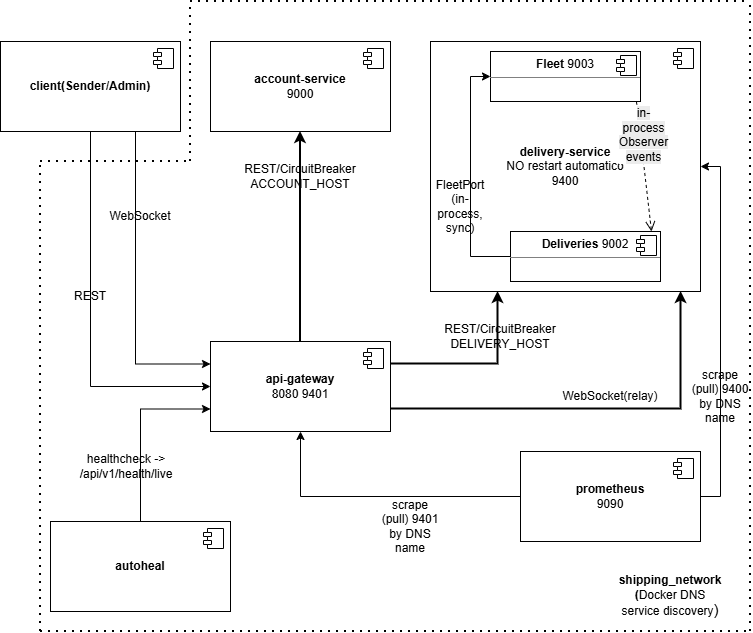
This is doc/core_implementations.drawio.png from MarcoMoro10/SAP-Assignment2, a draw.io export, as it was before one commit. Source tidied: cells renumbered, new cells last; positions are measured from the earlier drawing's top-left corner, leaving out a move shared by most shapes.
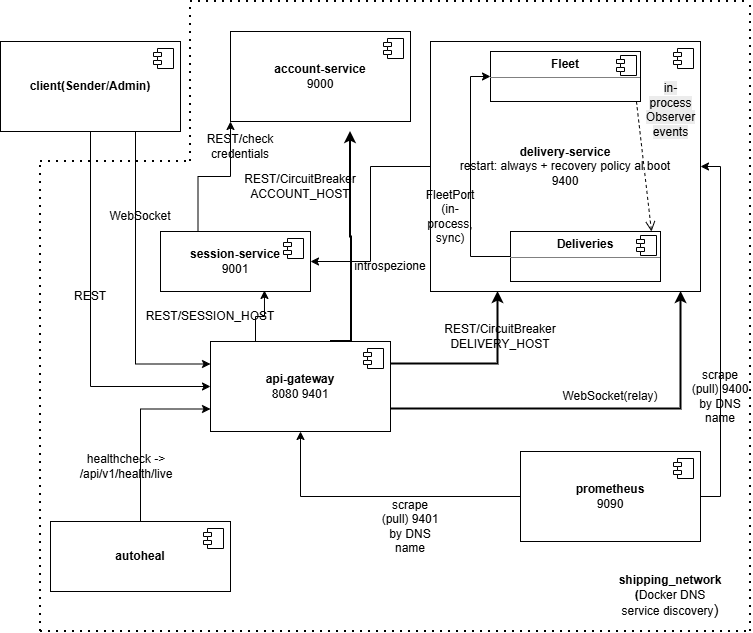
Later version of the same file.

Change to the diagram source:
```diff
@@ -16,8 +16,11 @@
         <mxPoint x="-27" y="7" as="offset" />
       </mxGeometry>
     </mxCell>
-    <mxCell id="6" style="edgeStyle=orthogonalEdgeStyle;rounded=0;jettySize=auto;html=1;entryX=0.5;entryY=1;entryDx=0;entryDy=0;strokeWidth=2;" parent="1" edge="1" source="8" target="10">
-      <mxGeometry relative="1" as="geometry" />
+    <mxCell id="6" style="edgeStyle=orthogonalEdgeStyle;rounded=0;orthogonalLoop=1;jettySize=auto;html=1;entryX=0.5;entryY=1;entryDx=0;entryDy=0;strokeWidth=2;" parent="1" edge="1">
+      <mxGeometry relative="1" as="geometry">
+        <mxPoint x="330" y="340" as="sourcePoint" />
+        <mxPoint x="350" y="130" as="targetPoint" />
+      </mxGeometry>
     </mxCell>
     <mxCell id="7" style="edgeStyle=orthogonalEdgeStyle;rounded=0;jettySize=auto;html=1;exitX=1;exitY=0.25;exitDx=0;exitDy=0;entryX=0.25;entryY=1;entryDx=0;entryDy=0;strokeWidth=2;" parent="1" edge="1" source="8" target="12">
       <mxGeometry relative="1" as="geometry" />
@@ -31,14 +34,17 @@
       </mxGeometry>
     </mxCell>
     <mxCell id="10" value="&lt;b&gt;account-service&lt;/b&gt;&lt;div&gt;9000&lt;/div&gt;" style="html=1;whiteSpace=wrap;" parent="1" vertex="1">
-      <mxGeometry x="210" y="40" width="180" height="90" as="geometry" />
+      <mxGeometry x="230" y="30" width="180" height="90" as="geometry" />
     </mxCell>
     <mxCell id="11" style="shape=module;jettyWidth=8;jettyHeight=4;" parent="10" vertex="1">
       <mxGeometry x="1" width="20" height="20" relative="1" as="geometry">
         <mxPoint x="-27" y="7" as="offset" />
       </mxGeometry>
     </mxCell>
+    <mxCell id="44" style="edgeStyle=orthogonalEdgeStyle;rounded=0;jettySize=auto;html=1;entryX=1;entryY=0.5;entryDx=0;entryDy=0;" parent="1" edge="1" source="12" target="46">
+      <mxGeometry relative="1" as="geometry" />
+    </mxCell>
-    <mxCell id="12" value="&lt;b&gt;delivery-service&lt;/b&gt;&lt;div&gt;NO restart automatico&lt;b&gt;&lt;/b&gt;&lt;/div&gt;&lt;div&gt;9400&lt;/div&gt;" style="html=1;whiteSpace=wrap;" parent="1" vertex="1">
+    <mxCell id="12" value="&lt;b&gt;delivery-service&lt;/b&gt;&lt;div&gt;restart: always + recovery policy al boot&lt;b&gt;&lt;br&gt;&lt;/b&gt;&lt;div&gt;&lt;span style=&quot;background-color: transparent; color: light-dark(rgb(0, 0, 0), rgb(255, 255, 255));&quot;&gt;9400&lt;/span&gt;&lt;/div&gt;&lt;/div&gt;" style="html=1;whiteSpace=wrap;" parent="1" vertex="1">
       <mxGeometry x="430" y="40" width="270" height="250" as="geometry" />
     </mxCell>
     <mxCell id="13" style="shape=module;jettyWidth=8;jettyHeight=4;" parent="12" vertex="1">
@@ -64,7 +70,7 @@
       <mxGeometry relative="1" as="geometry" />
     </mxCell>
     <mxCell id="19" value="&lt;b&gt;autoheal&lt;/b&gt;" style="html=1;whiteSpace=wrap;" parent="1" vertex="1">
-      <mxGeometry x="50" y="520" width="180" height="90" as="geometry" />
+      <mxGeometry x="50" y="520" width="180" height="70" as="geometry" />
     </mxCell>
     <mxCell id="20" style="shape=module;jettyWidth=8;jettyHeight=4;" parent="19" vertex="1">
       <mxGeometry x="1" width="20" height="20" relative="1" as="geometry">
@@ -78,7 +84,7 @@
       <mxGeometry x="110" y="200" width="60" height="30" as="geometry" />
     </mxCell>
     <mxCell id="23" value="REST/CircuitBreaker&lt;div&gt;ACCOUNT_HOST&lt;/div&gt;" style="text;html=1;whiteSpace=wrap;strokeColor=none;fillColor=none;align=center;verticalAlign=middle;rounded=0;" parent="1" vertex="1">
-      <mxGeometry x="270" y="160" width="60" height="30" as="geometry" />
+      <mxGeometry x="270" y="170" width="60" height="30" as="geometry" />
     </mxCell>
     <mxCell id="24" value="REST/CircuitBreaker&lt;div&gt;DELIVERY_HOST&lt;/div&gt;" style="text;html=1;whiteSpace=wrap;strokeColor=none;fillColor=none;align=center;verticalAlign=middle;rounded=0;" parent="1" vertex="1">
       <mxGeometry x="470" y="320" width="60" height="30" as="geometry" />
@@ -89,7 +95,7 @@
     <mxCell id="26" value="WebSocket(relay)" style="text;html=1;whiteSpace=wrap;strokeColor=none;fillColor=none;align=center;verticalAlign=middle;rounded=0;" parent="1" vertex="1">
       <mxGeometry x="580" y="380" width="60" height="30" as="geometry" />
     </mxCell>
-    <mxCell id="27" value="&lt;p style=&quot;margin:0px;margin-top:6px;text-align:center;&quot;&gt;&lt;b&gt;Fleet &lt;/b&gt;9003&lt;/p&gt;&lt;hr size=&quot;1&quot; style=&quot;border-style:solid;&quot;&gt;&lt;p style=&quot;margin:0px;margin-left:8px;&quot;&gt;&lt;br&gt;&lt;/p&gt;" style="align=left;overflow=fill;html=1;whiteSpace=wrap;" parent="1" vertex="1">
+    <mxCell id="27" value="&lt;p style=&quot;margin:0px;margin-top:6px;text-align:center;&quot;&gt;&lt;b&gt;Fleet&lt;/b&gt;&lt;/p&gt;&lt;hr size=&quot;1&quot; style=&quot;border-style:solid;&quot;&gt;&lt;p style=&quot;margin:0px;margin-left:8px;&quot;&gt;&lt;br&gt;&lt;/p&gt;" style="align=left;overflow=fill;html=1;whiteSpace=wrap;" parent="1" vertex="1">
       <mxGeometry x="490" y="50" width="150" height="50" as="geometry" />
     </mxCell>
     <mxCell id="28" style="shape=component;jettyWidth=8;jettyHeight=4;" parent="27" vertex="1">
@@ -100,7 +106,7 @@
     <mxCell id="29" style="edgeStyle=orthogonalEdgeStyle;rounded=0;jettySize=auto;html=1;exitX=0;exitY=0.5;exitDx=0;exitDy=0;entryX=0;entryY=0.5;entryDx=0;entryDy=0;" parent="1" edge="1" source="30" target="27">
       <mxGeometry relative="1" as="geometry" />
     </mxCell>
-    <mxCell id="30" value="&lt;p style=&quot;margin:0px;margin-top:6px;text-align:center;&quot;&gt;&lt;b&gt;Deliveries&lt;/b&gt;&amp;nbsp;9002&lt;/p&gt;&lt;hr size=&quot;1&quot; style=&quot;border-style:solid;&quot;&gt;&lt;p style=&quot;margin:0px;margin-left:8px;&quot;&gt;&lt;br&gt;&lt;/p&gt;" style="align=left;overflow=fill;html=1;whiteSpace=wrap;" parent="1" vertex="1">
+    <mxCell id="30" value="&lt;p style=&quot;margin:0px;margin-top:6px;text-align:center;&quot;&gt;&lt;b&gt;Deliveries&lt;/b&gt;&lt;/p&gt;&lt;hr size=&quot;1&quot; style=&quot;border-style:solid;&quot;&gt;&lt;p style=&quot;margin:0px;margin-left:8px;&quot;&gt;&lt;br&gt;&lt;/p&gt;" style="align=left;overflow=fill;html=1;whiteSpace=wrap;" parent="1" vertex="1">
       <mxGeometry x="510" y="230" width="150" height="50" as="geometry" />
     </mxCell>
     <mxCell id="31" style="shape=component;jettyWidth=8;jettyHeight=4;" parent="30" vertex="1">
@@ -112,10 +118,10 @@
       <mxGeometry x="96" y="450" width="60" height="30" as="geometry" />
     </mxCell>
     <mxCell id="33" value="FleetPort (in-process, sync)" style="text;html=1;whiteSpace=wrap;strokeColor=none;fillColor=none;align=center;verticalAlign=middle;rounded=0;" parent="1" vertex="1">
-      <mxGeometry x="430" y="190" width="60" height="30" as="geometry" />
+      <mxGeometry x="420" y="200" width="60" height="30" as="geometry" />
     </mxCell>
     <mxCell id="34" value="&lt;span style=&quot;font-size: 12px; white-space: normal; background-color: rgb(236, 236, 236);&quot;&gt;in-process Observer events&lt;/span&gt;" style="html=1;verticalAlign=bottom;endArrow=open;dashed=1;endSize=8;curved=0;rounded=0;exitX=0.973;exitY=1;exitDx=0;exitDy=0;entryX=0.94;entryY=0;entryDx=0;entryDy=0;entryPerimeter=0;exitPerimeter=0;" parent="1" edge="1" source="27" target="30">
-      <mxGeometry relative="1" as="geometry" />
+      <mxGeometry x="-0.33" y="29" relative="1" as="geometry" />
     </mxCell>
     <mxCell id="35" value="scrape (pull) 9401&lt;div&gt;by DNS name&lt;/div&gt;" style="text;html=1;whiteSpace=wrap;strokeColor=none;fillColor=none;align=center;verticalAlign=middle;rounded=0;" parent="1" vertex="1">
       <mxGeometry x="380" y="510" width="60" height="30" as="geometry" />
@@ -162,5 +168,28 @@
     <mxCell id="43" value="&lt;b&gt;shipping_network&lt;/b&gt;&lt;div&gt;&lt;b&gt;(&lt;/b&gt;&lt;span style=&quot;background-color: transparent; font-family: Arial, sans-serif; white-space: pre-wrap; color: light-dark(rgb(0, 0, 0), rgb(255, 255, 255));&quot;&gt;Docker DNS service discovery&lt;/span&gt;&lt;span style=&quot;background-color: transparent; font-family: Arial, sans-serif; font-size: 11pt; white-space: pre-wrap; color: light-dark(rgb(0, 0, 0), rgb(255, 255, 255));&quot;&gt;)&lt;/span&gt;&lt;/div&gt;" style="text;html=1;whiteSpace=wrap;strokeColor=none;fillColor=none;align=center;verticalAlign=middle;rounded=0;" parent="1" vertex="1">
       <mxGeometry x="640" y="580" width="60" height="30" as="geometry" />
     </mxCell>
+    <mxCell id="45" style="edgeStyle=orthogonalEdgeStyle;rounded=0;jettySize=auto;html=1;exitX=0.25;exitY=0;exitDx=0;exitDy=0;entryX=0;entryY=1;entryDx=0;entryDy=0;" parent="1" edge="1" source="46" target="10">
+      <mxGeometry relative="1" as="geometry" />
+    </mxCell>
+    <mxCell id="46" value="&lt;b&gt;session-service&lt;/b&gt;&lt;div&gt;9001&lt;/div&gt;" style="html=1;whiteSpace=wrap;" parent="1" vertex="1">
+      <mxGeometry x="160" y="230" width="150" height="60" as="geometry" />
+    </mxCell>
+    <mxCell id="47" style="shape=module;jettyWidth=8;jettyHeight=4;" parent="46" vertex="1">
+      <mxGeometry x="1" width="20" height="20" relative="1" as="geometry">
+        <mxPoint x="-27" y="7" as="offset" />
+      </mxGeometry>
+    </mxCell>
+    <mxCell id="48" value="REST/SESSION_HOST" style="text;html=1;whiteSpace=wrap;strokeColor=none;fillColor=none;align=center;verticalAlign=middle;rounded=0;" parent="1" vertex="1">
+      <mxGeometry x="180" y="300" width="60" height="30" as="geometry" />
+    </mxCell>
+    <mxCell id="49" style="edgeStyle=orthogonalEdgeStyle;rounded=0;jettySize=auto;html=1;exitX=0.25;exitY=0;exitDx=0;exitDy=0;entryX=0.693;entryY=0.983;entryDx=0;entryDy=0;entryPerimeter=0;" parent="1" edge="1" source="8" target="46">
+      <mxGeometry relative="1" as="geometry" />
+    </mxCell>
+    <mxCell id="50" value="introspezione" style="text;html=1;whiteSpace=wrap;strokeColor=none;fillColor=none;align=center;verticalAlign=middle;rounded=0;" parent="1" vertex="1">
+      <mxGeometry x="360" y="250" width="60" height="30" as="geometry" />
+    </mxCell>
+    <mxCell id="51" value="REST/check credentials" style="text;html=1;whiteSpace=wrap;strokeColor=none;fillColor=none;align=center;verticalAlign=middle;rounded=0;" parent="1" vertex="1">
+      <mxGeometry x="210" y="130" width="60" height="30" as="geometry" />
+    </mxCell>
   </root>
 </mxGraphModel>
```
